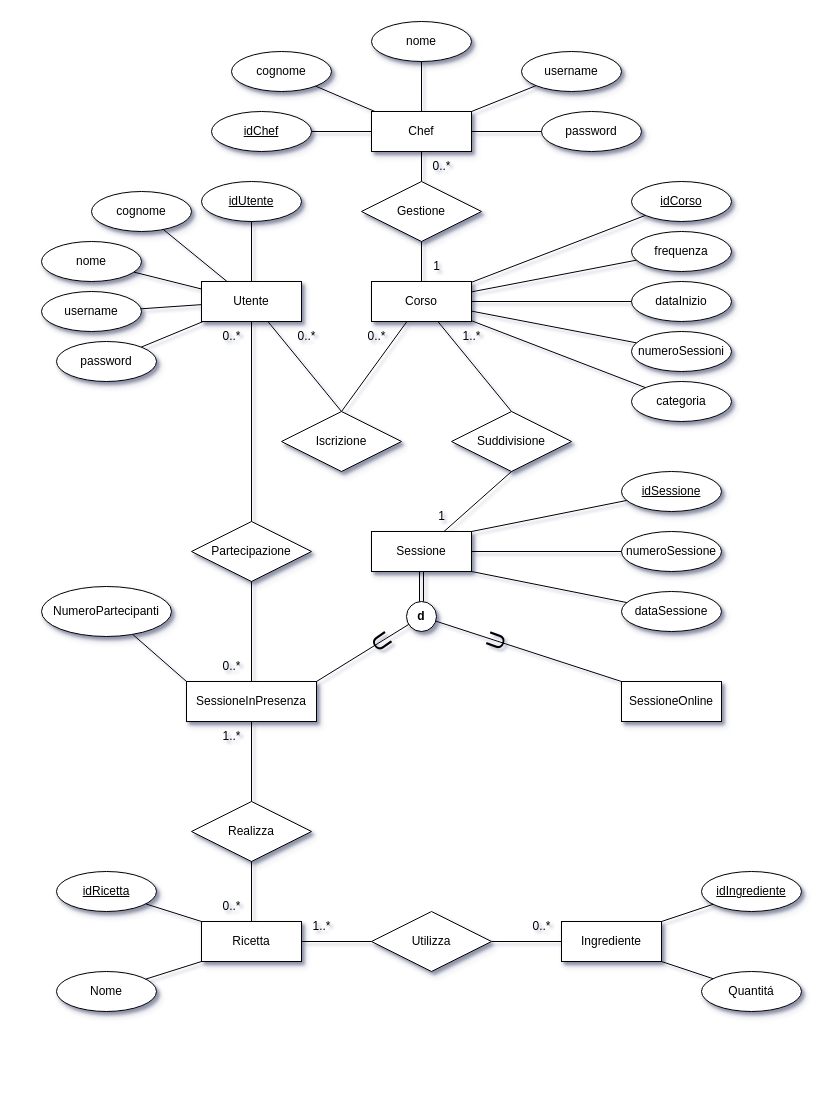
Above: Progettazione/DiagrammaER.drawio in AntoEsposito/UninaFoodLabDatabase (draw.io), before the change. Source tidied: cells renumbered, new cells numbered last; positions are measured from the earlier drawing's top-left corner, leaving out a move shared by most shapes. Both pictures are drawn from the tidied source at 100%, with x=0, y=0 at pixel (41, 21).
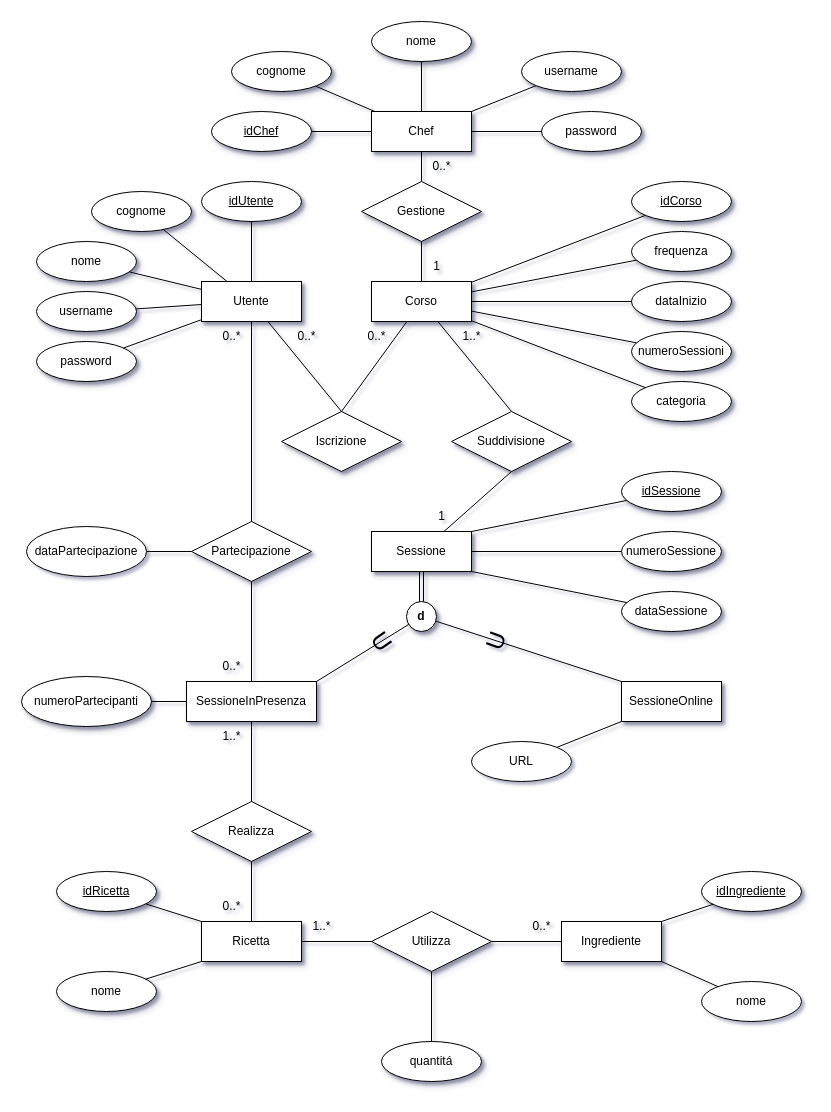
Above is the later version.

The change refers to these unchanged cells:
```xml
<mxCell id="55" value="SessioneOnline" style="whiteSpace=wrap;html=1;align=center;shadow=1;strokeColor=default;verticalAlign=middle;fontFamily=Helvetica;fontSize=12;fontColor=default;fillColor=default;" parent="1" vertex="1">
  <mxGeometry x="580" y="660" width="100" height="40" as="geometry" />
</mxCell>
<mxCell id="56" value="SessioneInPresenza" style="whiteSpace=wrap;html=1;align=center;shadow=1;strokeColor=default;verticalAlign=middle;fontFamily=Helvetica;fontSize=12;fontColor=default;fillColor=default;" parent="1" vertex="1">
  <mxGeometry x="145" y="660" width="130" height="40" as="geometry" />
</mxCell>
<mxCell id="58" value="Partecipazione" style="shape=rhombus;perimeter=rhombusPerimeter;whiteSpace=wrap;html=1;align=center;shadow=1;strokeColor=default;verticalAlign=middle;fontFamily=Helvetica;fontSize=12;fontColor=default;fillColor=default;" parent="1" vertex="1">
  <mxGeometry x="150" y="500" width="120" height="60" as="geometry" />
</mxCell>
<mxCell id="69" value="Utilizza" style="shape=rhombus;perimeter=rhombusPerimeter;whiteSpace=wrap;html=1;align=center;shadow=1;strokeColor=default;verticalAlign=middle;fontFamily=Helvetica;fontSize=12;fontColor=default;fillColor=default;" parent="1" vertex="1">
  <mxGeometry x="330" y="890" width="120" height="60" as="geometry" />
</mxCell>
<mxCell id="70" value="Ingrediente" style="whiteSpace=wrap;html=1;align=center;shadow=1;strokeColor=default;verticalAlign=middle;fontFamily=Helvetica;fontSize=12;fontColor=default;fillColor=default;" parent="1" vertex="1">
  <mxGeometry x="520" y="900" width="100" height="40" as="geometry" />
</mxCell>
```

What changed in the source:
```diff
@@
     <mxCell id="10" value="password" style="ellipse;whiteSpace=wrap;html=1;align=center;shadow=1;strokeColor=default;verticalAlign=middle;fontFamily=Helvetica;fontSize=12;fontColor=default;fillColor=default;direction=east;flipH=0;flipV=1;" parent="1" vertex="1">
-      <mxGeometry x="15" y="320" width="100" height="40" as="geometry" />
+      <mxGeometry x="-5" y="320" width="100" height="40" as="geometry" />
     </mxCell>
     <mxCell id="11" value="username" style="ellipse;whiteSpace=wrap;html=1;align=center;shadow=1;strokeColor=default;verticalAlign=middle;fontFamily=Helvetica;fontSize=12;fontColor=default;fillColor=default;direction=east;flipH=0;flipV=1;" parent="1" vertex="1">
-      <mxGeometry y="270" width="100" height="40" as="geometry" />
+      <mxGeometry x="-5" y="270" width="100" height="40" as="geometry" />
     </mxCell>
@@
     <mxCell id="13" value="nome" style="ellipse;whiteSpace=wrap;html=1;align=center;shadow=1;strokeColor=default;verticalAlign=middle;fontFamily=Helvetica;fontSize=12;fontColor=default;fillColor=default;direction=east;flipH=0;flipV=1;" parent="1" vertex="1">
-      <mxGeometry y="220" width="100" height="40" as="geometry" />
+      <mxGeometry x="-5" y="220" width="100" height="40" as="geometry" />
     </mxCell>
@@
-    <mxCell id="61" value="NumeroPartecipanti" style="ellipse;whiteSpace=wrap;html=1;align=center;shadow=1;strokeColor=default;verticalAlign=middle;fontFamily=Helvetica;fontSize=12;fontColor=default;fillColor=default;" parent="1" vertex="1">
-      <mxGeometry y="565" width="130" height="50" as="geometry" />
+    <mxCell id="61" value="numeroPartecipanti" style="ellipse;whiteSpace=wrap;html=1;align=center;shadow=1;strokeColor=default;verticalAlign=middle;fontFamily=Helvetica;fontSize=12;fontColor=default;fillColor=default;" parent="1" vertex="1">
+      <mxGeometry x="-20" y="655" width="130" height="50" as="geometry" />
     </mxCell>
-    <mxCell id="62" style="endArrow=none;html=1;rounded=0;fontFamily=Helvetica;fontSize=12;fontColor=default;entryX=0;entryY=0;entryDx=0;entryDy=0;" parent="1" edge="1" source="61" target="56">
+    <mxCell id="62" style="endArrow=none;html=1;rounded=0;fontFamily=Helvetica;fontSize=12;fontColor=default;" parent="1" edge="1" source="61" target="56">
       <mxGeometry relative="1" as="geometry" />
     </mxCell>
@@
-    <mxCell id="68" value="Nome" style="ellipse;whiteSpace=wrap;html=1;align=center;shadow=1;strokeColor=default;verticalAlign=middle;fontFamily=Helvetica;fontSize=12;fontColor=default;fillColor=default;" parent="1" vertex="1">
+    <mxCell id="68" value="nome" style="ellipse;whiteSpace=wrap;html=1;align=center;shadow=1;strokeColor=default;verticalAlign=middle;fontFamily=Helvetica;fontSize=12;fontColor=default;fillColor=default;" parent="1" vertex="1">
       <mxGeometry x="15" y="950" width="100" height="40" as="geometry" />
     </mxCell>
@@
-    <mxCell id="72" value="Quantitá" style="ellipse;whiteSpace=wrap;html=1;align=center;shadow=1;strokeColor=default;verticalAlign=middle;fontFamily=Helvetica;fontSize=12;fontColor=default;fillColor=default;" parent="1" vertex="1">
-      <mxGeometry x="660" y="950" width="100" height="40" as="geometry" />
+    <mxCell id="72" value="quantitá" style="ellipse;whiteSpace=wrap;html=1;align=center;shadow=1;strokeColor=default;verticalAlign=middle;fontFamily=Helvetica;fontSize=12;fontColor=default;fillColor=default;" parent="1" vertex="1">
+      <mxGeometry x="340" y="1020" width="100" height="40" as="geometry" />
     </mxCell>
@@
-    <mxCell id="74" style="endArrow=none;html=1;rounded=0;fontFamily=Helvetica;fontSize=12;fontColor=default;exitX=1;exitY=1;exitDx=0;exitDy=0;" parent="1" edge="1" source="70" target="72">
+    <mxCell id="74" style="endArrow=none;html=1;rounded=0;fontFamily=Helvetica;fontSize=12;fontColor=default;exitX=0.5;exitY=1;exitDx=0;exitDy=0;" parent="1" edge="1" source="69" target="72">
       <mxGeometry relative="1" as="geometry" />
     </mxCell>
@@
+    <mxCell id="94" value="URL" style="ellipse;whiteSpace=wrap;html=1;align=center;" parent="1" vertex="1">
+      <mxGeometry x="430" y="720" width="100" height="40" as="geometry" />
+    </mxCell>
+    <mxCell id="95" style="endArrow=none;html=1;rounded=0;" parent="1" edge="1" source="94" target="55">
+      <mxGeometry relative="1" as="geometry" />
+    </mxCell>
+    <mxCell id="96" value="dataPartecipazione" style="ellipse;whiteSpace=wrap;html=1;align=center;" parent="1" vertex="1">
+      <mxGeometry x="-15" y="505" width="120" height="50" as="geometry" />
+    </mxCell>
+    <mxCell id="97" style="endArrow=none;html=1;rounded=0;entryX=0;entryY=0.5;entryDx=0;entryDy=0;" parent="1" edge="1" source="96" target="58">
+      <mxGeometry relative="1" as="geometry" />
+    </mxCell>
+    <mxCell id="98" value="nome" style="ellipse;whiteSpace=wrap;html=1;align=center;" parent="1" vertex="1">
+      <mxGeometry x="660" y="960" width="100" height="40" as="geometry" />
+    </mxCell>
+    <mxCell id="99" style="endArrow=none;html=1;rounded=0;exitX=1;exitY=1;exitDx=0;exitDy=0;" parent="1" edge="1" source="70" target="98">
+      <mxGeometry relative="1" as="geometry" />
+    </mxCell>
```
